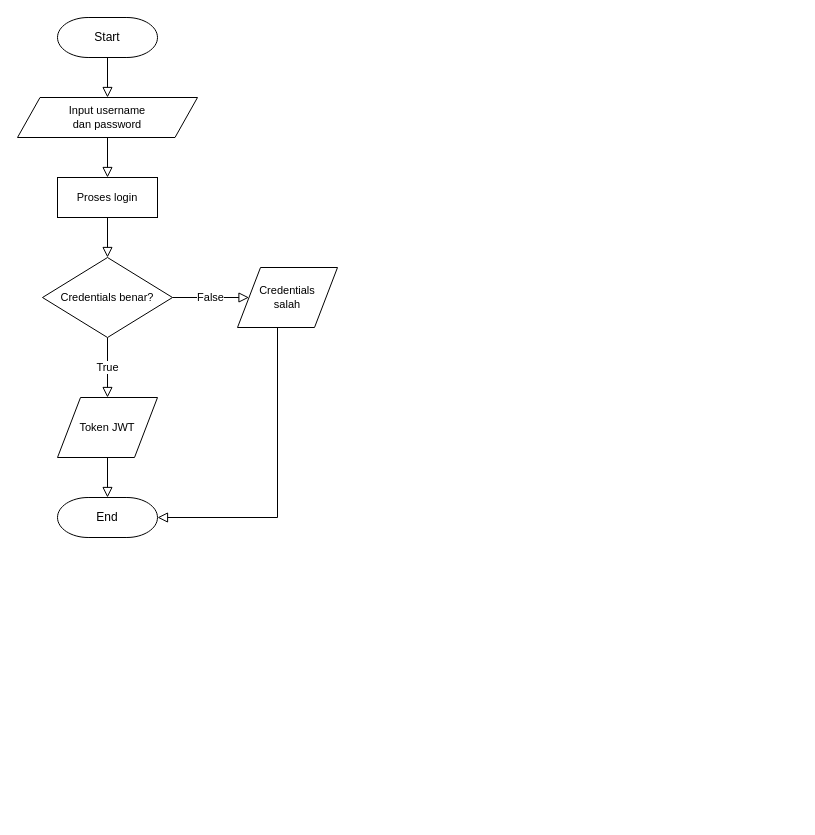
cekingx/diagram-bab3 keeps this draw.io diagram as page "login" (1 of 7) of flowchart.drawio. Above is the earlier version. Source tidied: cells renumbered, new cells numbered last; positions are measured from the earlier drawing's top-left corner, leaving out a move shared by most shapes. Both pictures are drawn from the tidied source at 100%, with x=0, y=0 at pixel (17, 17).
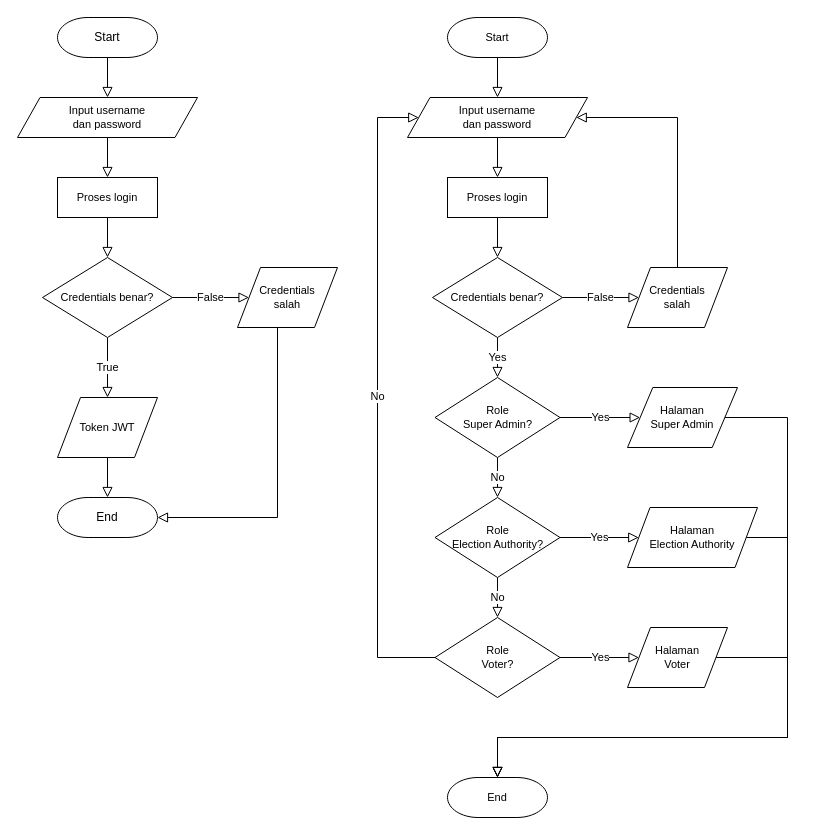
Above is the later version.

Commit message:
revisi login

What changed in the source:
```diff
@@
+    <mxCell id="16" style="edgeStyle=orthogonalEdgeStyle;rounded=0;jettySize=auto;html=1;entryX=0.5;entryY=0;entryDx=0;entryDy=0;shadow=0;fontSize=11;strokeWidth=1;labelBackgroundColor=none;endFill=0;endArrow=block;endSize=8;" parent="1" edge="1" source="17" target="19">
+      <mxGeometry relative="1" as="geometry" />
+    </mxCell>
+    <mxCell id="17" value="Start" style="strokeWidth=1;html=1;shape=mxgraph.flowchart.terminator;whiteSpace=wrap;rounded=0;shadow=0;fontSize=11;endFill=0;endArrow=block;endSize=8;" parent="1" vertex="1">
+      <mxGeometry x="430" width="100" height="40" as="geometry" />
+    </mxCell>
+    <mxCell id="18" style="edgeStyle=orthogonalEdgeStyle;rounded=0;jettySize=auto;html=1;shadow=0;fontSize=11;strokeWidth=1;labelBackgroundColor=none;endFill=0;endArrow=block;endSize=8;" parent="1" edge="1" source="19" target="21">
+      <mxGeometry relative="1" as="geometry" />
+    </mxCell>
+    <mxCell id="19" value="Input username&lt;br&gt;dan password" style="shape=parallelogram;html=1;strokeWidth=1;perimeter=parallelogramPerimeter;whiteSpace=wrap;rounded=0;size=0.125;shadow=0;fontSize=11;endFill=0;endArrow=block;endSize=8;" parent="1" vertex="1">
+      <mxGeometry x="390" y="80" width="180" height="40" as="geometry" />
+    </mxCell>
+    <mxCell id="20" style="edgeStyle=orthogonalEdgeStyle;rounded=0;jettySize=auto;html=1;entryX=0.5;entryY=0;entryDx=0;entryDy=0;entryPerimeter=0;shadow=0;fontSize=11;strokeWidth=1;labelBackgroundColor=none;endFill=0;endArrow=block;endSize=8;" parent="1" edge="1" source="21" target="24">
+      <mxGeometry relative="1" as="geometry" />
+    </mxCell>
+    <mxCell id="21" value="Proses login" style="rounded=0;whiteSpace=wrap;html=1;absoluteArcSize=1;strokeWidth=1;shadow=0;fontSize=11;endFill=0;endArrow=block;endSize=8;" parent="1" vertex="1">
+      <mxGeometry x="430" y="160" width="100" height="40" as="geometry" />
+    </mxCell>
+    <mxCell id="22" value="False" style="edgeStyle=orthogonalEdgeStyle;rounded=0;jettySize=auto;html=1;entryX=0;entryY=0.5;entryDx=0;entryDy=0;shadow=0;fontSize=11;strokeWidth=1;labelBackgroundColor=#ffffff;endFill=0;endArrow=block;endSize=8;jumpStyle=none;" parent="1" edge="1" source="24" target="27">
+      <mxGeometry relative="1" as="geometry" />
+    </mxCell>
+    <mxCell id="23" value="Yes" style="edgeStyle=orthogonalEdgeStyle;rounded=0;jettySize=auto;html=1;entryX=0.5;entryY=0;entryDx=0;entryDy=0;entryPerimeter=0;shadow=0;strokeWidth=1;labelBackgroundColor=#ffffff;endFill=0;endArrow=block;endSize=8;" parent="1" edge="1" source="24" target="30">
+      <mxGeometry relative="1" as="geometry" />
+    </mxCell>
+    <mxCell id="24" value="Credentials benar?" style="strokeWidth=1;html=1;shape=mxgraph.flowchart.decision;whiteSpace=wrap;rounded=0;shadow=0;fontSize=11;endFill=0;endArrow=block;endSize=8;" parent="1" vertex="1">
+      <mxGeometry x="415" y="240" width="130" height="80" as="geometry" />
+    </mxCell>
+    <mxCell id="25" style="edgeStyle=orthogonalEdgeStyle;rounded=0;jettySize=auto;html=1;entryX=1;entryY=0.5;entryDx=0;entryDy=0;shadow=0;strokeWidth=1;labelBackgroundColor=none;endFill=0;endArrow=block;endSize=8;" parent="1" edge="1" source="27" target="19">
+      <mxGeometry relative="1" as="geometry">
+        <Array as="points">
+          <mxPoint x="660" y="100" />
+        </Array>
+      </mxGeometry>
+    </mxCell>
+    <mxCell id="26" style="edgeStyle=orthogonalEdgeStyle;rounded=0;jettySize=auto;html=1;entryX=0.5;entryY=0;entryDx=0;entryDy=0;entryPerimeter=0;exitX=1;exitY=0.5;exitDx=0;exitDy=0;shadow=0;strokeWidth=1;labelBackgroundColor=none;endFill=0;endArrow=block;endSize=8;" parent="1" edge="1" source="37" target="42">
+      <mxGeometry relative="1" as="geometry">
+        <Array as="points">
+          <mxPoint x="770" y="400" />
+          <mxPoint x="770" y="720" />
+          <mxPoint x="480" y="720" />
+        </Array>
+      </mxGeometry>
+    </mxCell>
+    <mxCell id="27" value="Credentials&lt;br&gt;salah" style="shape=parallelogram;html=1;strokeWidth=1;perimeter=parallelogramPerimeter;whiteSpace=wrap;rounded=0;size=0.23;shadow=0;fontSize=11;endFill=0;endArrow=block;endSize=8;" parent="1" vertex="1">
+      <mxGeometry x="610" y="250" width="100" height="60" as="geometry" />
+    </mxCell>
+    <mxCell id="28" value="Yes" style="edgeStyle=orthogonalEdgeStyle;rounded=0;jettySize=auto;html=1;entryX=0;entryY=0.5;entryDx=0;entryDy=0;shadow=0;strokeWidth=1;labelBackgroundColor=#ffffff;endFill=0;endArrow=block;endSize=8;" parent="1" edge="1" source="30" target="37">
+      <mxGeometry relative="1" as="geometry" />
+    </mxCell>
+    <mxCell id="29" value="No" style="edgeStyle=orthogonalEdgeStyle;rounded=0;jettySize=auto;html=1;entryX=0.5;entryY=0;entryDx=0;entryDy=0;entryPerimeter=0;shadow=0;strokeWidth=1;labelBackgroundColor=#ffffff;endFill=0;endArrow=block;endSize=8;" parent="1" edge="1" source="30" target="36">
+      <mxGeometry relative="1" as="geometry" />
+    </mxCell>
+    <mxCell id="30" value="Role &lt;br&gt;Super Admin?" style="strokeWidth=1;html=1;shape=mxgraph.flowchart.decision;whiteSpace=wrap;rounded=0;shadow=0;fontSize=11;endFill=0;endArrow=block;endSize=8;" parent="1" vertex="1">
+      <mxGeometry x="417.5" y="360" width="125" height="80" as="geometry" />
+    </mxCell>
+    <mxCell id="31" value="Yes" style="edgeStyle=orthogonalEdgeStyle;rounded=0;jettySize=auto;html=1;shadow=0;strokeWidth=1;labelBackgroundColor=#ffffff;endFill=0;endArrow=block;endSize=8;" parent="1" edge="1" source="33" target="41">
+      <mxGeometry relative="1" as="geometry" />
+    </mxCell>
+    <mxCell id="32" value="No" style="edgeStyle=orthogonalEdgeStyle;rounded=0;jettySize=auto;html=1;entryX=0;entryY=0.5;entryDx=0;entryDy=0;labelBackgroundColor=#ffffff;shadow=0;strokeWidth=1;endFill=0;endArrow=block;endSize=8;" parent="1" edge="1" source="33" target="19">
+      <mxGeometry relative="1" as="geometry">
+        <Array as="points">
+          <mxPoint x="360" y="640" />
+          <mxPoint x="360" y="100" />
+        </Array>
+      </mxGeometry>
+    </mxCell>
+    <mxCell id="33" value="Role &lt;br&gt;Voter?" style="strokeWidth=1;html=1;shape=mxgraph.flowchart.decision;whiteSpace=wrap;rounded=0;shadow=0;fontSize=11;endFill=0;endArrow=block;endSize=8;" parent="1" vertex="1">
+      <mxGeometry x="417.5" y="600" width="125" height="80" as="geometry" />
+    </mxCell>
+    <mxCell id="34" value="No" style="edgeStyle=orthogonalEdgeStyle;rounded=0;jettySize=auto;html=1;entryX=0.5;entryY=0;entryDx=0;entryDy=0;entryPerimeter=0;shadow=0;strokeWidth=1;labelBackgroundColor=#ffffff;endFill=0;endArrow=block;endSize=8;" parent="1" edge="1" source="36" target="33">
+      <mxGeometry relative="1" as="geometry" />
+    </mxCell>
+    <mxCell id="35" value="Yes" style="edgeStyle=orthogonalEdgeStyle;rounded=0;jettySize=auto;html=1;entryX=0;entryY=0.5;entryDx=0;entryDy=0;shadow=0;strokeWidth=1;labelBackgroundColor=#ffffff;endFill=0;endArrow=block;endSize=8;" parent="1" edge="1" source="36" target="39">
+      <mxGeometry relative="1" as="geometry" />
+    </mxCell>
+    <mxCell id="36" value="Role &lt;br&gt;Election Authority?" style="strokeWidth=1;html=1;shape=mxgraph.flowchart.decision;whiteSpace=wrap;rounded=0;shadow=0;fontSize=11;endFill=0;endArrow=block;endSize=8;" parent="1" vertex="1">
+      <mxGeometry x="417.5" y="480" width="125" height="80" as="geometry" />
+    </mxCell>
+    <mxCell id="37" value="Halaman&lt;br&gt;Super Admin" style="shape=parallelogram;html=1;strokeWidth=1;perimeter=parallelogramPerimeter;whiteSpace=wrap;rounded=0;size=0.23;shadow=0;fontSize=11;endFill=0;endArrow=block;endSize=8;" parent="1" vertex="1">
+      <mxGeometry x="610" y="370" width="110" height="60" as="geometry" />
+    </mxCell>
+    <mxCell id="38" style="edgeStyle=orthogonalEdgeStyle;rounded=0;jettySize=auto;html=1;entryX=0.5;entryY=0;entryDx=0;entryDy=0;entryPerimeter=0;shadow=0;strokeWidth=1;labelBackgroundColor=none;endFill=0;endArrow=block;endSize=8;" parent="1" edge="1" source="39" target="42">
+      <mxGeometry relative="1" as="geometry">
+        <Array as="points">
+          <mxPoint x="770" y="520" />
+          <mxPoint x="770" y="720" />
+          <mxPoint x="480" y="720" />
+        </Array>
+      </mxGeometry>
+    </mxCell>
+    <mxCell id="39" value="Halaman&lt;br&gt;Election Authority" style="shape=parallelogram;html=1;strokeWidth=1;perimeter=parallelogramPerimeter;whiteSpace=wrap;rounded=0;size=0.17307692307692307;shadow=0;fontSize=11;endFill=0;endArrow=block;endSize=8;" parent="1" vertex="1">
+      <mxGeometry x="610" y="490" width="130" height="60" as="geometry" />
+    </mxCell>
+    <mxCell id="40" style="edgeStyle=orthogonalEdgeStyle;rounded=0;jettySize=auto;html=1;entryX=0.5;entryY=0;entryDx=0;entryDy=0;entryPerimeter=0;shadow=0;strokeWidth=1;labelBackgroundColor=none;endFill=0;endArrow=block;endSize=8;" parent="1" edge="1" source="41" target="42">
+      <mxGeometry relative="1" as="geometry">
+        <Array as="points">
+          <mxPoint x="770" y="640" />
+          <mxPoint x="770" y="720" />
+          <mxPoint x="480" y="720" />
+        </Array>
+      </mxGeometry>
+    </mxCell>
+    <mxCell id="41" value="Halaman&lt;br&gt;Voter" style="shape=parallelogram;html=1;strokeWidth=1;perimeter=parallelogramPerimeter;whiteSpace=wrap;rounded=0;size=0.23;shadow=0;fontSize=11;endFill=0;endArrow=block;endSize=8;" parent="1" vertex="1">
+      <mxGeometry x="610" y="610" width="100" height="60" as="geometry" />
+    </mxCell>
+    <mxCell id="42" value="End" style="strokeWidth=1;html=1;shape=mxgraph.flowchart.terminator;whiteSpace=wrap;rounded=0;shadow=0;fontSize=11;endFill=0;endArrow=block;endSize=8;" parent="1" vertex="1">
+      <mxGeometry x="430" y="760" width="100" height="40" as="geometry" />
+    </mxCell>
```
